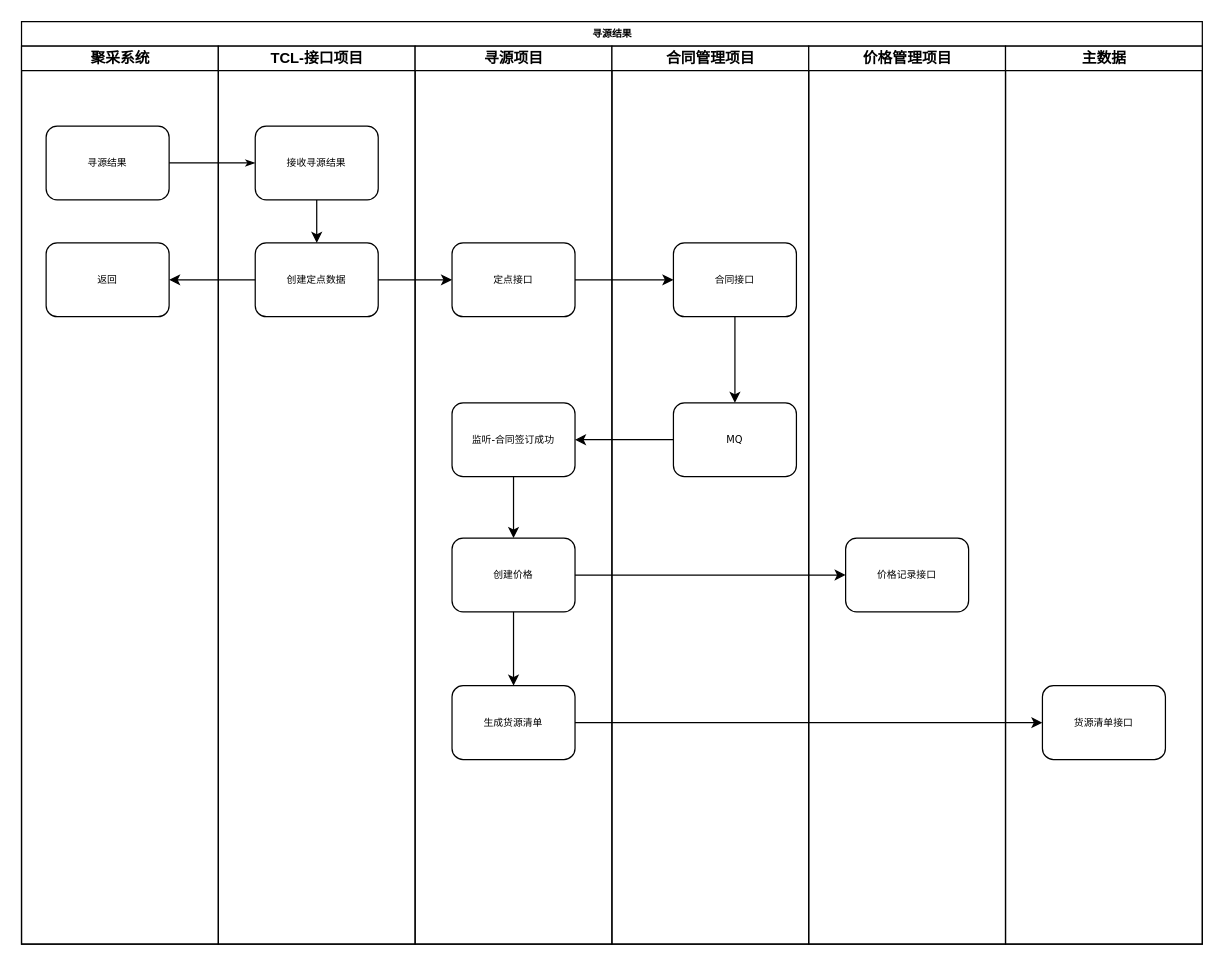
Before: page "寻源结果" (1 of 3) of 货源结果 Diagram.drawio in hexuefengx/dragrams, a draw.io diagram. Source tidied: cells renumbered, new cells numbered last; positions are measured from the earlier drawing's top-left corner, leaving out a move shared by most shapes. Both pictures are drawn from the tidied source at 123%, with x=0, y=0 at pixel (21, 21).
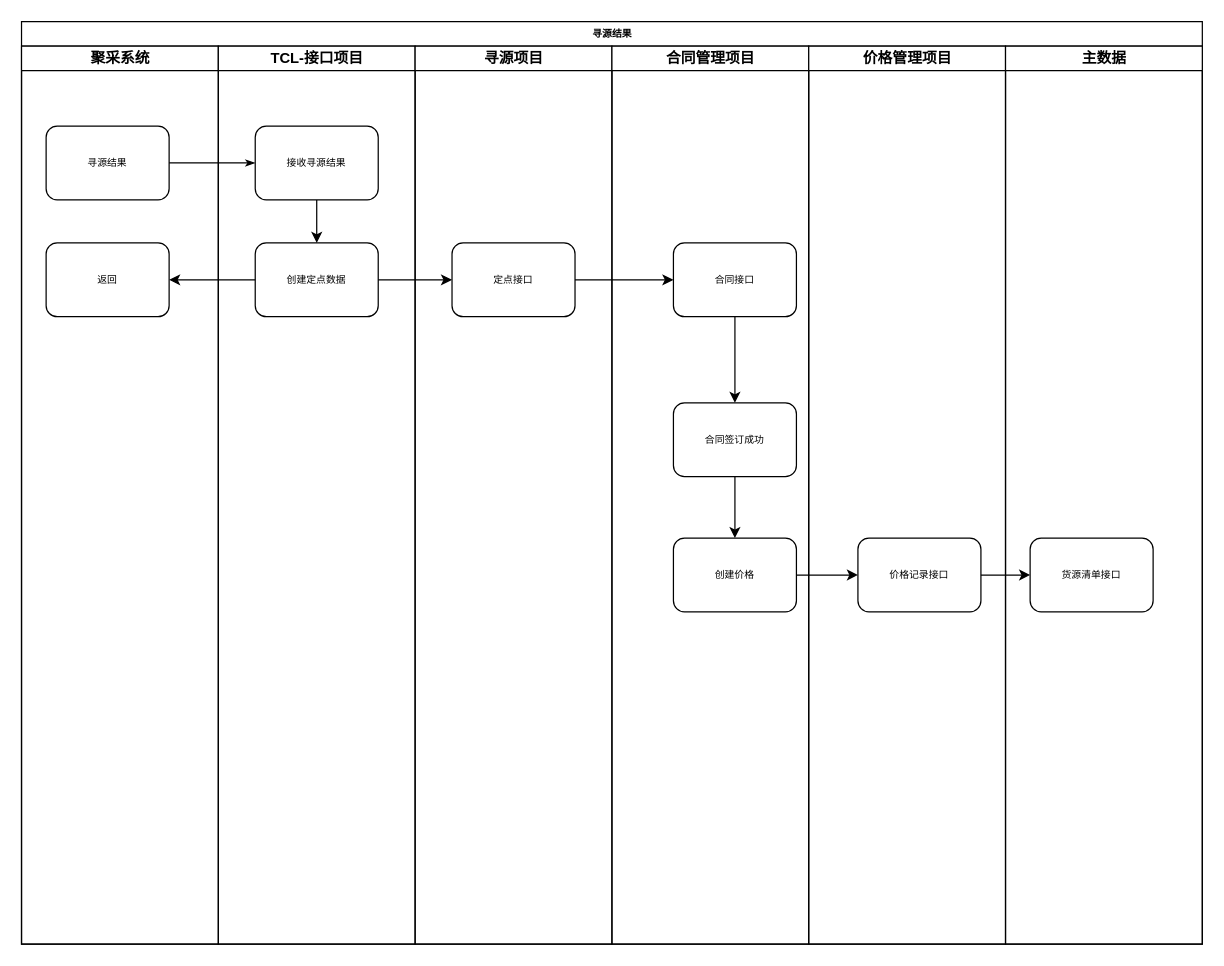
After the change.

Unchanged cells that the change refers to:
```xml
<mxCell id="2" value="寻源结果" style="swimlane;html=1;startSize=20;rounded=0;shadow=0;labelBackgroundColor=none;strokeWidth=1;fontFamily=Verdana;fontSize=8;align=center;" parent="1" vertex="1">
  <mxGeometry width="960" height="750" as="geometry" />
</mxCell>
<mxCell id="11" value="寻源项目" style="swimlane;html=1;startSize=20;" parent="2" vertex="1">
  <mxGeometry x="320" y="20" width="160" height="730" as="geometry" />
</mxCell>
<mxCell id="18" value="合同管理项目" style="swimlane;html=1;startSize=20;" parent="2" vertex="1">
  <mxGeometry x="480" y="20" width="160" height="730" as="geometry" />
</mxCell>
<mxCell id="25" value="价格管理项目" style="swimlane;html=1;startSize=20;" parent="2" vertex="1">
  <mxGeometry x="640" y="20" width="160" height="730" as="geometry" />
</mxCell>
<mxCell id="27" value="主数据" style="swimlane;html=1;startSize=20;" parent="2" vertex="1">
  <mxGeometry x="800" y="20" width="160" height="730" as="geometry" />
</mxCell>
```

Change to the diagram source:
```diff
@@
-    <mxCell id="13" style="edgeStyle=orthogonalEdgeStyle;rounded=0;jettySize=auto;html=1;entryX=0.5;entryY=0;entryDx=0;entryDy=0;" parent="11" edge="1" source="14" target="15">
-      <mxGeometry relative="1" as="geometry" />
-    </mxCell>
-    <mxCell id="14" value="监听-合同签订成功" style="rounded=1;whiteSpace=wrap;html=1;shadow=0;labelBackgroundColor=none;strokeWidth=1;fontFamily=Verdana;fontSize=8;align=center;" parent="11" vertex="1">
-      <mxGeometry x="30" y="290" width="100" height="60" as="geometry" />
-    </mxCell>
-    <mxCell id="15" value="创建价格" style="rounded=1;whiteSpace=wrap;html=1;shadow=0;labelBackgroundColor=none;strokeWidth=1;fontFamily=Verdana;fontSize=8;align=center;" parent="11" vertex="1">
-      <mxGeometry x="30" y="400" width="100" height="60" as="geometry" />
-    </mxCell>
-    <mxCell id="16" value="生成货源清单" style="rounded=1;whiteSpace=wrap;html=1;shadow=0;labelBackgroundColor=none;strokeWidth=1;fontFamily=Verdana;fontSize=8;align=center;" parent="11" vertex="1">
-      <mxGeometry x="30" y="520" width="100" height="60" as="geometry" />
-    </mxCell>
-    <mxCell id="17" style="edgeStyle=orthogonalEdgeStyle;rounded=0;jettySize=auto;html=1;" parent="11" edge="1" source="15" target="16">
-      <mxGeometry relative="1" as="geometry" />
-    </mxCell>
@@
+    <mxCell id="35" style="edgeStyle=orthogonalEdgeStyle;rounded=0;jettySize=auto;html=1;" parent="18" edge="1" source="22" target="15">
+      <mxGeometry relative="1" as="geometry" />
+    </mxCell>
-    <mxCell id="22" value="MQ" style="rounded=1;whiteSpace=wrap;html=1;shadow=0;labelBackgroundColor=none;strokeWidth=1;fontFamily=Verdana;fontSize=8;align=center;" parent="18" vertex="1">
+    <mxCell id="22" value="合同签订成功" style="rounded=1;whiteSpace=wrap;html=1;shadow=0;labelBackgroundColor=none;strokeWidth=1;fontFamily=Verdana;fontSize=8;align=center;" parent="18" vertex="1">
       <mxGeometry x="50" y="290" width="100" height="60" as="geometry" />
     </mxCell>
@@
+    <mxCell id="15" value="创建价格" style="rounded=1;whiteSpace=wrap;html=1;shadow=0;labelBackgroundColor=none;strokeWidth=1;fontFamily=Verdana;fontSize=8;align=center;" parent="18" vertex="1">
+      <mxGeometry x="50" y="400" width="100" height="60" as="geometry" />
+    </mxCell>
@@
     <mxCell id="26" value="价格记录接口" style="rounded=1;whiteSpace=wrap;html=1;shadow=0;labelBackgroundColor=none;strokeWidth=1;fontFamily=Verdana;fontSize=8;align=center;" parent="25" vertex="1">
-      <mxGeometry x="30" y="400" width="100" height="60" as="geometry" />
+      <mxGeometry x="40" y="400" width="100" height="60" as="geometry" />
     </mxCell>
@@
     <mxCell id="28" value="货源清单接口" style="rounded=1;whiteSpace=wrap;html=1;shadow=0;labelBackgroundColor=none;strokeWidth=1;fontFamily=Verdana;fontSize=8;align=center;" parent="27" vertex="1">
-      <mxGeometry x="30" y="520" width="100" height="60" as="geometry" />
+      <mxGeometry x="20" y="400" width="100" height="60" as="geometry" />
     </mxCell>
@@
-    <mxCell id="30" style="edgeStyle=orthogonalEdgeStyle;rounded=0;jettySize=auto;html=1;" parent="2" edge="1" source="15" target="26">
-      <mxGeometry relative="1" as="geometry" />
-    </mxCell>
-    <mxCell id="31" style="edgeStyle=orthogonalEdgeStyle;rounded=0;jettySize=auto;html=1;" parent="2" edge="1" source="16" target="28">
-      <mxGeometry relative="1" as="geometry" />
-    </mxCell>
@@
-    <mxCell id="34" style="edgeStyle=orthogonalEdgeStyle;rounded=0;jettySize=auto;html=1;" parent="2" edge="1" source="22" target="14">
-      <mxGeometry relative="1" as="geometry" />
-    </mxCell>
+    <mxCell id="30" style="edgeStyle=orthogonalEdgeStyle;rounded=0;jettySize=auto;html=1;" parent="2" edge="1" source="15" target="26">
+      <mxGeometry relative="1" as="geometry" />
+    </mxCell>
+    <mxCell id="36" style="edgeStyle=orthogonalEdgeStyle;rounded=0;jettySize=auto;html=1;" parent="2" edge="1" source="26" target="28">
+      <mxGeometry relative="1" as="geometry" />
+    </mxCell>
```
